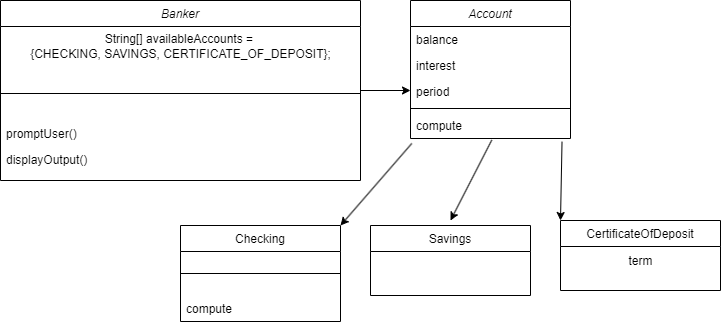
comstogm/IT2045CFinalProject keeps this draw.io diagram as IT2045CFinalProject.drawio.png. Above is the earlier version. Source tidied: cells renumbered, new cells last; positions are measured from the earlier drawing's top-left corner, leaving out a move shared by most shapes.
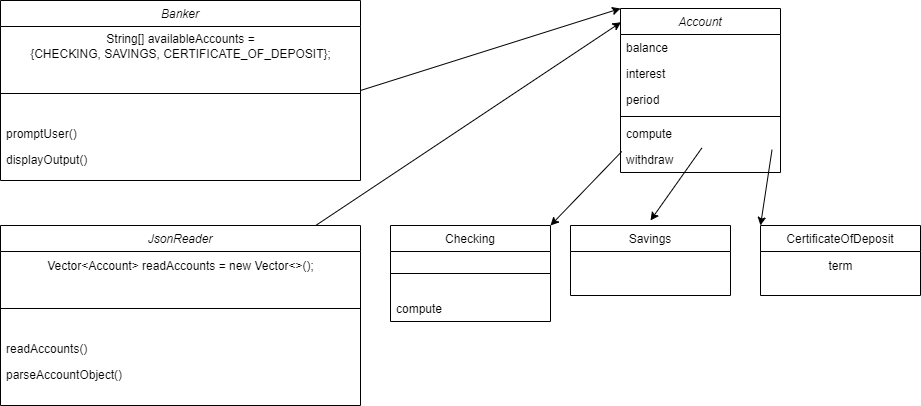
The same file after the commit.

Diff of the diagram source:
```diff
@@ -3,7 +3,7 @@
     <mxCell id="0" />
     <mxCell id="1" parent="0" />
     <mxCell id="2" value="Account" style="swimlane;fontStyle=2;align=center;verticalAlign=top;horizontal=1;startSize=26;rounded=0;shadow=0;strokeWidth=1;" parent="1" vertex="1">
-      <mxGeometry x="410" width="160" height="138" as="geometry" />
+      <mxGeometry x="550" y="8" width="160" height="164" as="geometry" />
     </mxCell>
     <mxCell id="3" value="balance" style="text;align=left;verticalAlign=top;spacingLeft=4;spacingRight=4;overflow=hidden;" parent="2" vertex="1">
       <mxGeometry y="26" width="160" height="26" as="geometry" />
@@ -20,8 +20,11 @@
     <mxCell id="7" value="compute" style="text;align=left;verticalAlign=top;spacingLeft=4;spacingRight=4;overflow=hidden;points=[[0,0.5],[1,0.5]];portConstraint=eastwest;" parent="2" vertex="1">
       <mxGeometry y="112" width="160" height="26" as="geometry" />
     </mxCell>
+    <mxCell id="23" value="withdraw&#10;" style="text;align=left;verticalAlign=top;spacingLeft=4;spacingRight=4;overflow=hidden;" parent="2" vertex="1">
+      <mxGeometry y="138" width="160" height="26" as="geometry" />
+    </mxCell>
     <mxCell id="8" value="Checking" style="swimlane;fontStyle=0;align=center;verticalAlign=top;horizontal=1;startSize=26;rounded=0;shadow=0;strokeWidth=1;" parent="1" vertex="1">
-      <mxGeometry x="180" y="225" width="160" height="96" as="geometry" />
+      <mxGeometry x="320" y="225" width="160" height="96" as="geometry" />
     </mxCell>
     <mxCell id="9" style="line;html=1;strokeWidth=1;align=left;verticalAlign=middle;spacingTop=-1;spacingLeft=3;spacingRight=3;labelPosition=right;" parent="8" vertex="1">
       <mxGeometry y="26" width="160" height="44" as="geometry" />
@@ -30,10 +33,10 @@
       <mxGeometry y="70" width="160" height="26" as="geometry" />
     </mxCell>
     <mxCell id="11" value="Savings" style="swimlane;fontStyle=0;align=center;verticalAlign=top;horizontal=1;startSize=26;rounded=0;shadow=0;strokeWidth=1;" parent="1" vertex="1">
-      <mxGeometry x="370" y="225" width="160" height="70" as="geometry" />
+      <mxGeometry x="500" y="225" width="160" height="70" as="geometry" />
     </mxCell>
     <mxCell id="12" value="CertificateOfDeposit" style="swimlane;fontStyle=0;align=center;verticalAlign=top;horizontal=1;startSize=26;rounded=0;shadow=0;strokeWidth=1;" parent="1" vertex="1">
-      <mxGeometry x="560" y="220" width="160" height="70" as="geometry" />
+      <mxGeometry x="690" y="225" width="160" height="70" as="geometry" />
     </mxCell>
     <mxCell id="13" value="term" style="text;html=1;align=center;verticalAlign=middle;strokeColor=none;fillColor=none;" parent="12" vertex="1">
       <mxGeometry y="26" width="160" height="30" as="geometry" />
@@ -43,14 +46,14 @@
     </mxCell>
     <mxCell id="15" style="endArrow=classic;html=1;rounded=0;exitX=0.508;exitY=1.06;exitDx=0;exitDy=0;exitPerimeter=0;" parent="1" edge="1" source="7">
       <mxGeometry relative="1" as="geometry">
-        <mxPoint x="450" y="220" as="targetPoint" />
+        <mxPoint x="580" y="220" as="targetPoint" />
       </mxGeometry>
     </mxCell>
     <mxCell id="16" style="endArrow=classic;html=1;rounded=0;exitX=0.008;exitY=1.192;exitDx=0;exitDy=0;exitPerimeter=0;entryX=1;entryY=0;entryDx=0;entryDy=0;" parent="1" edge="1" source="7" target="8">
       <mxGeometry relative="1" as="geometry" />
     </mxCell>
     <mxCell id="17" value="Banker" style="swimlane;fontStyle=2;align=center;verticalAlign=top;horizontal=1;startSize=26;rounded=0;shadow=0;strokeWidth=1;whiteSpace=wrap;" parent="1" vertex="1">
-      <mxGeometry width="360" height="180" as="geometry" />
+      <mxGeometry x="-70" width="360" height="180" as="geometry" />
     </mxCell>
     <mxCell id="18" value="String[] availableAccounts = &lt;br&gt;{CHECKING, SAVINGS, CERTIFICATE_OF_DEPOSIT};&lt;br&gt;" style="text;align=center;verticalAlign=middle;strokeColor=none;fillColor=none;html=1;" parent="17" vertex="1">
       <mxGeometry y="26" width="360" height="40" as="geometry" />
@@ -64,10 +67,26 @@
     <mxCell id="21" value="displayOutput()" style="text;align=left;verticalAlign=top;spacingLeft=4;spacingRight=4;overflow=hidden;rounded=0;shadow=0;html=0;" parent="17" vertex="1">
       <mxGeometry y="146" width="360" height="26" as="geometry" />
     </mxCell>
-    <mxCell id="22" style="endArrow=classic;html=1;rounded=0;fontSize=11;exitX=1;exitY=0.5;exitDx=0;exitDy=0;" parent="1" edge="1" source="17">
-      <mxGeometry relative="1" as="geometry">
-        <mxPoint x="410" y="90" as="targetPoint" />
-      </mxGeometry>
+    <mxCell id="22" style="endArrow=classic;html=1;rounded=0;fontSize=11;exitX=1;exitY=0.5;exitDx=0;exitDy=0;entryX=0;entryY=0;entryDx=0;entryDy=0;" parent="1" edge="1" source="17" target="2">
+      <mxGeometry relative="1" as="geometry" />
     </mxCell>
+    <mxCell id="24" value="JsonReader" style="swimlane;fontStyle=2;align=center;verticalAlign=top;horizontal=1;startSize=26;rounded=0;shadow=0;strokeWidth=1;whiteSpace=wrap;" parent="1" vertex="1">
+      <mxGeometry x="-70" y="225" width="360" height="180" as="geometry" />
+    </mxCell>
+    <mxCell id="25" value="Vector&amp;lt;Account&amp;gt; readAccounts = new Vector&amp;lt;&amp;gt;();" style="text;align=center;verticalAlign=middle;strokeColor=none;fillColor=none;html=1;" parent="24" vertex="1">
+      <mxGeometry y="26" width="360" height="30" as="geometry" />
+    </mxCell>
+    <mxCell id="26" style="line;html=1;strokeWidth=1;align=left;verticalAlign=middle;spacingTop=-1;spacingLeft=3;spacingRight=3;labelPosition=right;" parent="24" vertex="1">
+      <mxGeometry y="56" width="360" height="54" as="geometry" />
+    </mxCell>
+    <mxCell id="27" value="readAccounts()" style="text;align=left;verticalAlign=top;spacingLeft=4;spacingRight=4;overflow=hidden;" parent="24" vertex="1">
+      <mxGeometry y="110" width="360" height="26" as="geometry" />
+    </mxCell>
+    <mxCell id="28" value="parseAccountObject()" style="text;align=left;verticalAlign=top;spacingLeft=4;spacingRight=4;overflow=hidden;rounded=0;shadow=0;html=0;" parent="24" vertex="1">
+      <mxGeometry y="136" width="360" height="26" as="geometry" />
+    </mxCell>
+    <mxCell id="29" style="endArrow=classic;html=1;rounded=0;entryX=0.003;entryY=0.084;entryDx=0;entryDy=0;entryPerimeter=0;" parent="1" edge="1" source="24" target="2">
+      <mxGeometry relative="1" as="geometry" />
+    </mxCell>
   </root>
 </mxGraphModel>
```
